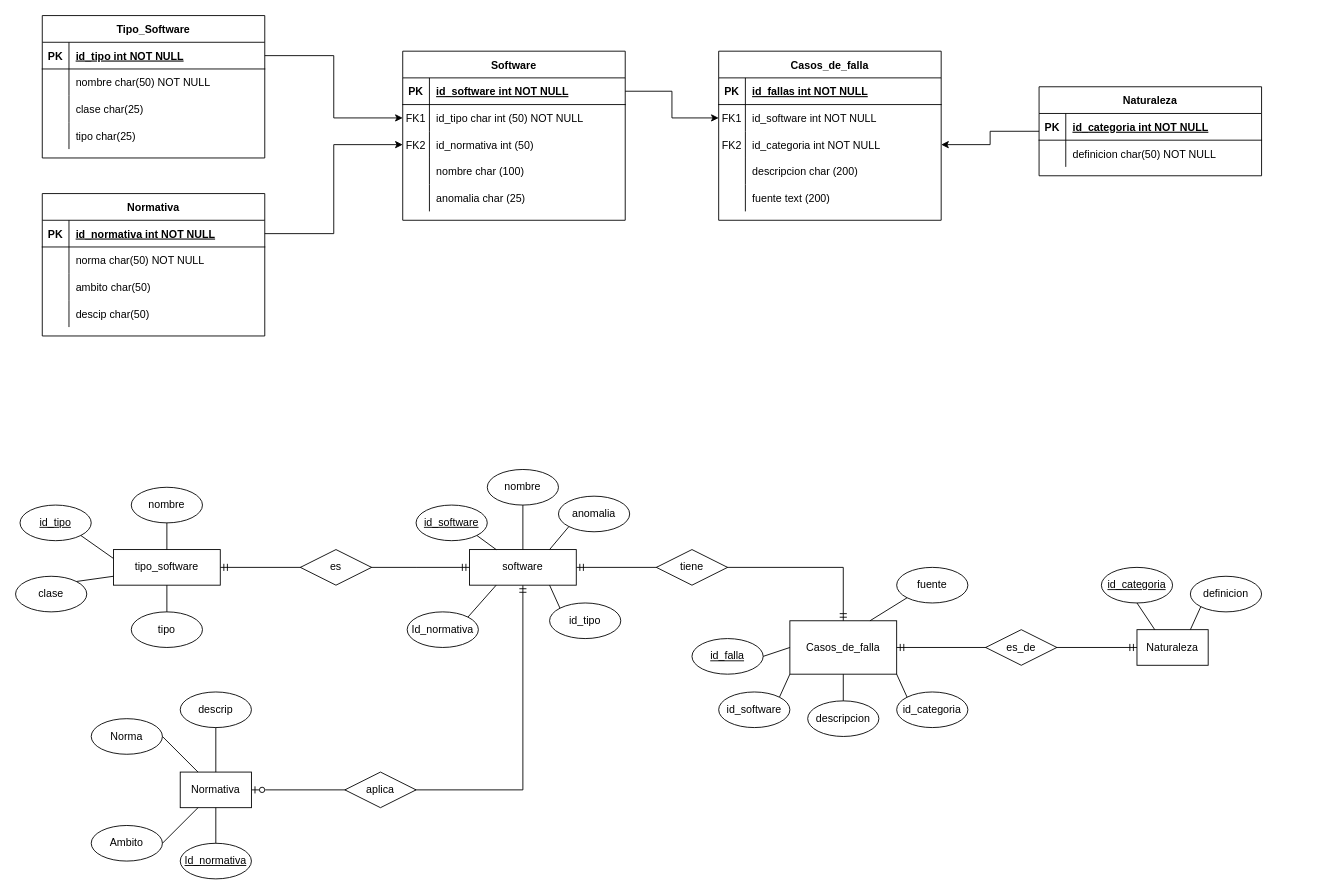
This is DER.drawio from Gabitoto/Safety_Critical_Software, a draw.io file, before an edit. Source tidied: cells renumbered, new cells numbered last; positions are measured from the earlier drawing's top-left corner, leaving out a move shared by most shapes. Both pictures are drawn from the tidied source at 89%, with x=0, y=0 at pixel (15, 15).
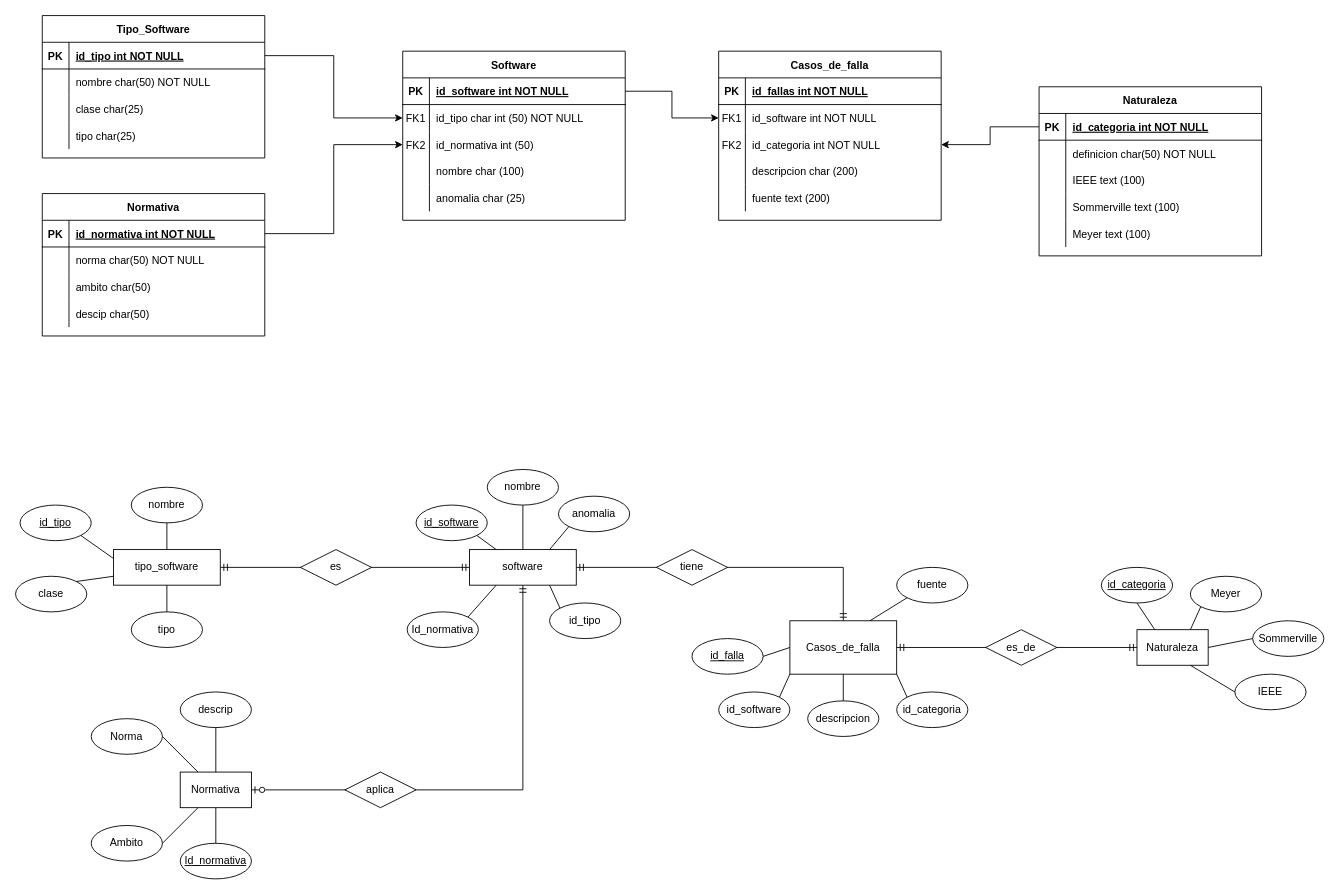
The same page after the edit.

Unchanged cells that the change refers to:
```xml
<mxCell id="44" value="Naturaleza" style="whiteSpace=wrap;html=1;align=center;" parent="1" vertex="1">
  <mxGeometry x="1260" y="690" width="80" height="40" as="geometry" />
</mxCell>
<mxCell id="62" style="shape=partialRectangle;fillColor=none;points=[[0,0.5],[1,0.5]];portConstraint=eastwest;top=0;left=0;right=0;bottom=0;" parent="55" vertex="1">
  <mxGeometry y="90" width="250" height="30" as="geometry" />
</mxCell>
<mxCell id="118" style="shape=partialRectangle;fillColor=none;points=[[0,0.5],[1,0.5]];portConstraint=eastwest;top=0;left=0;right=0;bottom=1;" parent="117" vertex="1">
  <mxGeometry y="30" width="250" height="30" as="geometry" />
</mxCell>
```

The edit, as a diff of the source:
```diff
@@
-    <mxCell id="49" value="definicion" style="ellipse;whiteSpace=wrap;html=1;align=center;fontStyle=0;" parent="1" vertex="1">
+    <mxCell id="49" value="Meyer" style="ellipse;whiteSpace=wrap;html=1;align=center;fontStyle=0;" parent="1" vertex="1">
       <mxGeometry x="1320" y="630" width="80" height="40" as="geometry" />
     </mxCell>
@@
-    <mxCell id="116" style="edgeStyle=orthogonalEdgeStyle;rounded=0;jettySize=auto;html=1;entryX=1;entryY=0.5;entryDx=0;entryDy=0;" parent="1" edge="1" source="117" target="62">
+    <mxCell id="116" style="edgeStyle=orthogonalEdgeStyle;rounded=0;jettySize=auto;html=1;entryX=1;entryY=0.5;entryDx=0;entryDy=0;exitX=0;exitY=0.5;exitDx=0;exitDy=0;" parent="1" edge="1" source="118" target="62">
       <mxGeometry relative="1" as="geometry" />
     </mxCell>
     <mxCell id="117" value="Naturaleza" style="shape=table;startSize=30;childLayout=tableLayout;rowLines=0;fontStyle=1;align=center;" parent="1" vertex="1">
-      <mxGeometry x="1150" y="80" width="250" height="100" as="geometry" />
+      <mxGeometry x="1150" y="80" width="250" height="190" as="geometry" />
     </mxCell>
@@
+    <mxCell id="124" style="shape=partialRectangle;fillColor=none;top=0;left=0;right=0;bottom=0;" parent="117" vertex="1">
+      <mxGeometry y="90" width="250" height="30" as="geometry" />
+    </mxCell>
+    <mxCell id="125" style="shape=partialRectangle;overflow=hidden;fillColor=none;top=0;left=0;bottom=0;right=0;" parent="124" vertex="1">
+      <mxGeometry width="30" height="30" as="geometry" />
+    </mxCell>
+    <mxCell id="126" value="IEEE text (100)" style="shape=partialRectangle;overflow=hidden;fillColor=none;top=0;left=0;bottom=0;right=0;align=left;spacingLeft=6;" parent="124" vertex="1">
+      <mxGeometry x="30" width="220" height="30" as="geometry" />
+    </mxCell>
+    <mxCell id="127" style="shape=partialRectangle;fillColor=none;top=0;left=0;right=0;bottom=0;" parent="117" vertex="1">
+      <mxGeometry y="120" width="250" height="30" as="geometry" />
+    </mxCell>
+    <mxCell id="128" style="shape=partialRectangle;overflow=hidden;fillColor=none;top=0;left=0;bottom=0;right=0;" parent="127" vertex="1">
+      <mxGeometry width="30" height="30" as="geometry" />
+    </mxCell>
+    <mxCell id="129" value="Sommerville text (100)" style="shape=partialRectangle;overflow=hidden;fillColor=none;top=0;left=0;bottom=0;right=0;align=left;spacingLeft=6;" parent="127" vertex="1">
+      <mxGeometry x="30" width="220" height="30" as="geometry" />
+    </mxCell>
+    <mxCell id="130" style="shape=partialRectangle;fillColor=none;top=0;left=0;right=0;bottom=0;" parent="117" vertex="1">
+      <mxGeometry y="150" width="250" height="30" as="geometry" />
+    </mxCell>
+    <mxCell id="131" style="shape=partialRectangle;overflow=hidden;fillColor=none;top=0;left=0;bottom=0;right=0;" parent="130" vertex="1">
+      <mxGeometry width="30" height="30" as="geometry" />
+    </mxCell>
+    <mxCell id="132" value="Meyer text (100)" style="shape=partialRectangle;overflow=hidden;fillColor=none;top=0;left=0;bottom=0;right=0;align=left;spacingLeft=6;" parent="130" vertex="1">
+      <mxGeometry x="30" width="220" height="30" as="geometry" />
+    </mxCell>
+    <mxCell id="133" value="Sommerville" style="ellipse;whiteSpace=wrap;html=1;align=center;fontStyle=0;" parent="1" vertex="1">
+      <mxGeometry x="1390" y="680" width="80" height="40" as="geometry" />
+    </mxCell>
+    <mxCell id="134" value="IEEE" style="ellipse;whiteSpace=wrap;html=1;align=center;fontStyle=0;" parent="1" vertex="1">
+      <mxGeometry x="1370" y="740" width="80" height="40" as="geometry" />
+    </mxCell>
+    <mxCell id="135" style="endArrow=none;html=1;rounded=0;exitX=0;exitY=0.5;exitDx=0;exitDy=0;entryX=0.75;entryY=1;entryDx=0;entryDy=0;" parent="1" edge="1" source="134" target="44">
+      <mxGeometry relative="1" as="geometry" />
+    </mxCell>
+    <mxCell id="136" style="endArrow=none;html=1;rounded=0;exitX=0;exitY=0.5;exitDx=0;exitDy=0;entryX=1;entryY=0.5;entryDx=0;entryDy=0;" parent="1" edge="1" source="133" target="44">
+      <mxGeometry relative="1" as="geometry" />
+    </mxCell>
```
